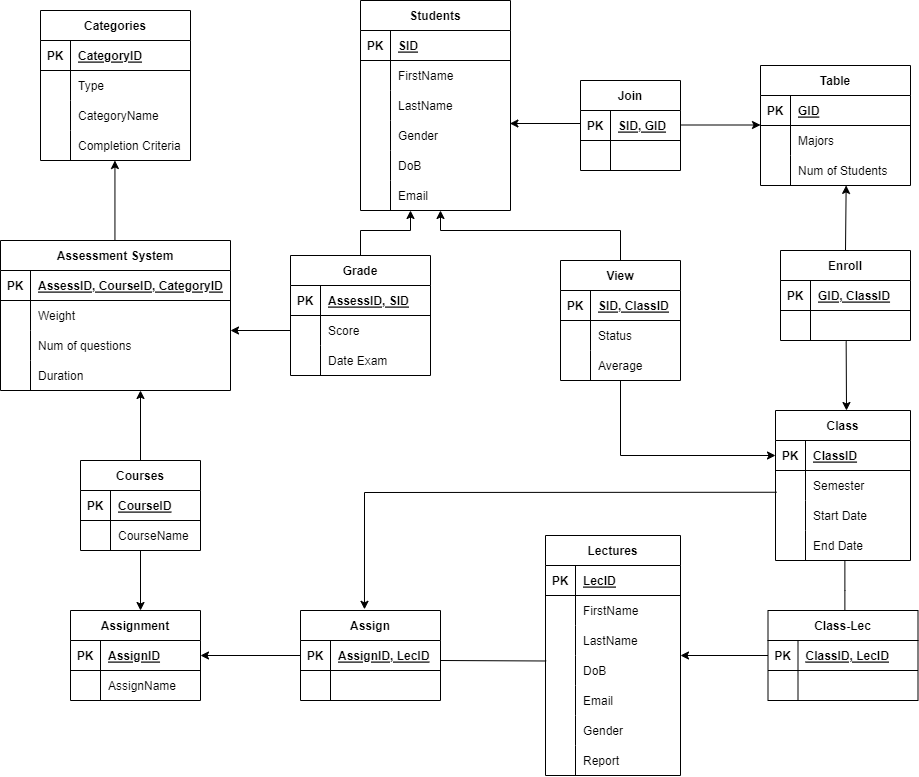
This is Model Diagram.drawio.png from Vovietmanh/DBI202-MyAssignment, a draw.io export, as it was before one commit. Source tidied: cells renumbered, new cells last; positions are measured from the earlier drawing's top-left corner, leaving out a move shared by most shapes.
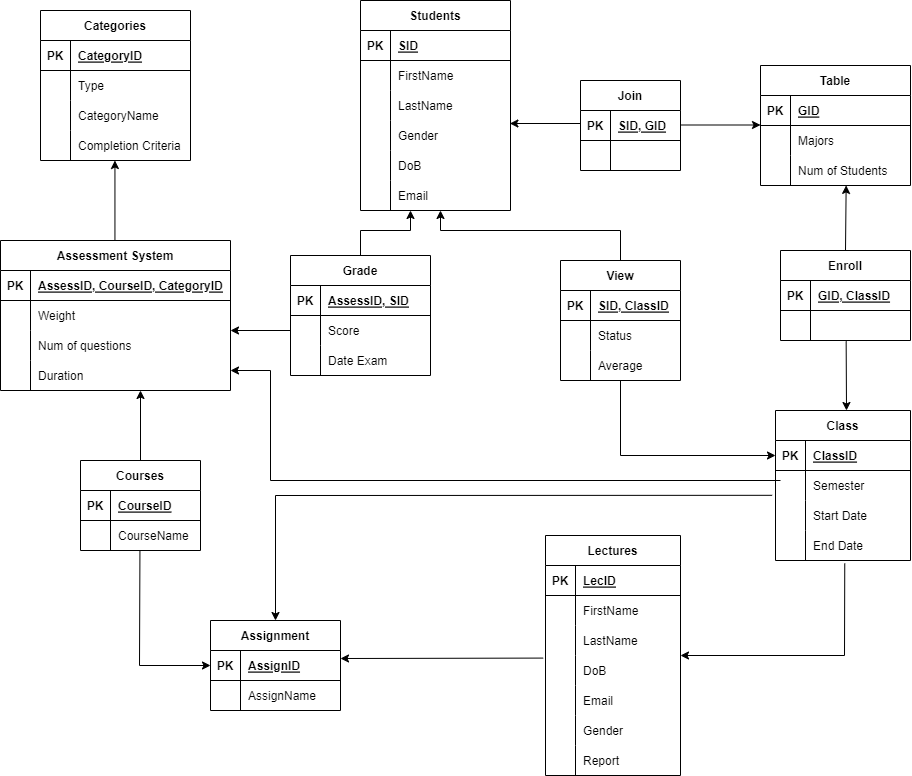
After the commit.

The edit, as a diff of the source:
```diff
@@ -189,39 +189,12 @@
     <mxCell id="61" value="End Date" style="shape=partialRectangle;fillColor=none;top=0;left=0;bottom=0;right=0;align=left;spacingLeft=6;overflow=hidden;" parent="59" vertex="1">
       <mxGeometry x="30" width="105" height="30" as="geometry" />
     </mxCell>
-    <mxCell id="62" style="endArrow=none;html=1;rounded=0;" parent="1" edge="1">
-      <mxGeometry relative="1" as="geometry">
-        <mxPoint x="844.4" y="630" as="sourcePoint" />
-        <mxPoint x="844.4" y="560" as="targetPoint" />
-        <Array as="points">
-          <mxPoint x="844.4" y="590" />
-        </Array>
-      </mxGeometry>
-    </mxCell>
-    <mxCell id="63" value="Class-Lec" style="shape=table;startSize=30;rowLines=0;fontStyle=1;align=center;" parent="1" vertex="1">
-      <mxGeometry x="767.5" y="610" width="150" height="90" as="geometry" />
-    </mxCell>
-    <mxCell id="64" style="shape=tableRow;horizontal=0;startSize=0;swimlaneHead=0;swimlaneBody=0;fillColor=none;points=[[0,0.5],[1,0.5]];portConstraint=eastwest;top=0;left=0;right=0;bottom=1;" parent="63" vertex="1">
-      <mxGeometry y="30" width="150" height="30" as="geometry" />
-    </mxCell>
-    <mxCell id="65" value="PK" style="shape=partialRectangle;fillColor=none;top=0;left=0;bottom=0;right=0;fontStyle=1;overflow=hidden;" parent="64" vertex="1">
-      <mxGeometry width="30" height="30" as="geometry" />
-    </mxCell>
-    <mxCell id="66" value="ClassID, LecID" style="shape=partialRectangle;fillColor=none;top=0;left=0;bottom=0;right=0;align=left;spacingLeft=6;fontStyle=5;overflow=hidden;" parent="64" vertex="1">
-      <mxGeometry x="30" width="120" height="30" as="geometry" />
-    </mxCell>
-    <mxCell id="67" style="shape=tableRow;horizontal=0;startSize=0;swimlaneHead=0;swimlaneBody=0;fillColor=none;top=0;left=0;right=0;bottom=0;" parent="63" vertex="1">
-      <mxGeometry y="60" width="150" height="30" as="geometry" />
-    </mxCell>
-    <mxCell id="68" style="shape=partialRectangle;fillColor=none;top=0;left=0;bottom=0;right=0;overflow=hidden;" parent="67" vertex="1">
-      <mxGeometry width="30" height="30" as="geometry" />
-    </mxCell>
-    <mxCell id="69" style="shape=partialRectangle;fillColor=none;top=0;left=0;bottom=0;right=0;align=left;spacingLeft=6;overflow=hidden;" parent="67" vertex="1">
-      <mxGeometry x="30" width="120" height="30" as="geometry" />
-    </mxCell>
-    <mxCell id="70" style="endArrow=classic;html=1;rounded=0;exitX=0;exitY=0.5;exitDx=0;exitDy=0;" parent="1" edge="1" source="64">
+    <mxCell id="70" style="endArrow=classic;html=1;rounded=0;exitX=0.513;exitY=1.099;exitDx=0;exitDy=0;exitPerimeter=0;" parent="1" edge="1" source="59">
       <mxGeometry relative="1" as="geometry">
         <mxPoint x="680" y="655" as="targetPoint" />
+        <Array as="points">
+          <mxPoint x="844" y="655" />
+        </Array>
       </mxGeometry>
     </mxCell>
     <mxCell id="71" value="Lectures" style="shape=table;startSize=30;rowLines=0;fontStyle=1;align=center;" parent="1" vertex="1">
@@ -290,39 +263,13 @@
     <mxCell id="92" value="Report" style="shape=partialRectangle;fillColor=none;top=0;left=0;bottom=0;right=0;align=left;spacingLeft=6;overflow=hidden;" parent="90" vertex="1">
       <mxGeometry x="30" width="105" height="30" as="geometry" />
     </mxCell>
-    <mxCell id="93" style="endArrow=none;html=1;rounded=0;entryX=0.005;entryY=0.183;entryDx=0;entryDy=0;entryPerimeter=0;" parent="1" edge="1" target="81">
-      <mxGeometry relative="1" as="geometry">
-        <mxPoint x="440" y="660" as="sourcePoint" />
-      </mxGeometry>
-    </mxCell>
-    <mxCell id="94" value="Assign" style="shape=table;startSize=30;rowLines=0;fontStyle=1;align=center;" parent="1" vertex="1">
-      <mxGeometry x="300" y="610" width="140" height="90" as="geometry" />
-    </mxCell>
-    <mxCell id="95" style="shape=tableRow;horizontal=0;startSize=0;swimlaneHead=0;swimlaneBody=0;fillColor=none;points=[[0,0.5],[1,0.5]];portConstraint=eastwest;top=0;left=0;right=0;bottom=1;" parent="94" vertex="1">
-      <mxGeometry y="30" width="140" height="30" as="geometry" />
-    </mxCell>
-    <mxCell id="96" value="PK" style="shape=partialRectangle;fillColor=none;top=0;left=0;bottom=0;right=0;fontStyle=1;overflow=hidden;" parent="95" vertex="1">
-      <mxGeometry width="30" height="30" as="geometry" />
-    </mxCell>
-    <mxCell id="97" value="AssignID, LecID" style="shape=partialRectangle;fillColor=none;top=0;left=0;bottom=0;right=0;align=left;spacingLeft=6;fontStyle=5;overflow=hidden;" parent="95" vertex="1">
-      <mxGeometry x="30" width="110" height="30" as="geometry" />
-    </mxCell>
-    <mxCell id="98" style="shape=tableRow;horizontal=0;startSize=0;swimlaneHead=0;swimlaneBody=0;fillColor=none;top=0;left=0;right=0;bottom=0;" parent="94" vertex="1">
-      <mxGeometry y="60" width="140" height="30" as="geometry" />
-    </mxCell>
-    <mxCell id="99" style="shape=partialRectangle;fillColor=none;top=0;left=0;bottom=0;right=0;overflow=hidden;" parent="98" vertex="1">
-      <mxGeometry width="30" height="30" as="geometry" />
-    </mxCell>
-    <mxCell id="100" style="shape=partialRectangle;fillColor=none;top=0;left=0;bottom=0;right=0;align=left;spacingLeft=6;overflow=hidden;" parent="98" vertex="1">
-      <mxGeometry x="30" width="110" height="30" as="geometry" />
-    </mxCell>
-    <mxCell id="101" style="endArrow=classic;html=1;rounded=0;exitX=0;exitY=0.5;exitDx=0;exitDy=0;" parent="1" edge="1" source="95">
+    <mxCell id="101" style="endArrow=classic;html=1;rounded=0;exitX=-0.017;exitY=0.086;exitDx=0;exitDy=0;exitPerimeter=0;" parent="1" edge="1" source="81">
       <mxGeometry relative="1" as="geometry">
-        <mxPoint x="200" y="655" as="targetPoint" />
+        <mxPoint x="340" y="658" as="targetPoint" />
       </mxGeometry>
     </mxCell>
     <mxCell id="102" value="Assignment" style="shape=table;startSize=30;rowLines=0;fontStyle=1;align=center;" parent="1" vertex="1">
-      <mxGeometry x="70" y="610" width="130" height="90" as="geometry" />
+      <mxGeometry x="210" y="620" width="130" height="90" as="geometry" />
     </mxCell>
     <mxCell id="103" style="shape=tableRow;horizontal=0;startSize=0;swimlaneHead=0;swimlaneBody=0;fillColor=none;points=[[0,0.5],[1,0.5]];portConstraint=eastwest;top=0;left=0;right=0;bottom=1;" parent="102" vertex="1">
       <mxGeometry y="30" width="130" height="30" as="geometry" />
@@ -524,17 +471,12 @@
         </Array>
       </mxGeometry>
     </mxCell>
-    <mxCell id="165" style="endArrow=classic;html=1;rounded=0;exitX=0.008;exitY=0.725;exitDx=0;exitDy=0;exitPerimeter=0;entryX=0.457;entryY=-0.013;entryDx=0;entryDy=0;entryPerimeter=0;" parent="1" edge="1" source="53" target="94">
-      <mxGeometry relative="1" as="geometry">
-        <Array as="points">
-          <mxPoint x="364" y="492" />
-        </Array>
-      </mxGeometry>
-    </mxCell>
-    <mxCell id="166" style="endArrow=classic;html=1;rounded=0;" parent="1" edge="1">
+    <mxCell id="166" style="endArrow=classic;html=1;rounded=0;entryX=0;entryY=0.5;entryDx=0;entryDy=0;" parent="1" edge="1" target="103">
       <mxGeometry relative="1" as="geometry">
-        <mxPoint x="140" y="550" as="sourcePoint" />
-        <mxPoint x="140" y="610" as="targetPoint" />
+        <mxPoint x="139.4" y="550" as="sourcePoint" />
+        <Array as="points">
+          <mxPoint x="139" y="665" />
+        </Array>
       </mxGeometry>
     </mxCell>
     <mxCell id="167" style="endArrow=classic;html=1;rounded=0;exitX=0.5;exitY=0;exitDx=0;exitDy=0;" parent="1" edge="1" source="109">
@@ -556,5 +498,22 @@
         </Array>
       </mxGeometry>
     </mxCell>
+    <mxCell id="170" style="endArrow=classic;html=1;rounded=0;entryX=0.5;entryY=0;entryDx=0;entryDy=0;exitX=-0.025;exitY=0.827;exitDx=0;exitDy=0;exitPerimeter=0;" parent="1" edge="1" source="53" target="102">
+      <mxGeometry relative="1" as="geometry">
+        <Array as="points">
+          <mxPoint x="275" y="495" />
+        </Array>
+      </mxGeometry>
+    </mxCell>
+    <mxCell id="171" style="endArrow=classic;html=1;rounded=0;" parent="1" edge="1">
+      <mxGeometry relative="1" as="geometry">
+        <mxPoint x="780" y="480" as="sourcePoint" />
+        <mxPoint x="230" y="370" as="targetPoint" />
+        <Array as="points">
+          <mxPoint x="270" y="480" />
+          <mxPoint x="270" y="370" />
+        </Array>
+      </mxGeometry>
+    </mxCell>
   </root>
 </mxGraphModel>
```
